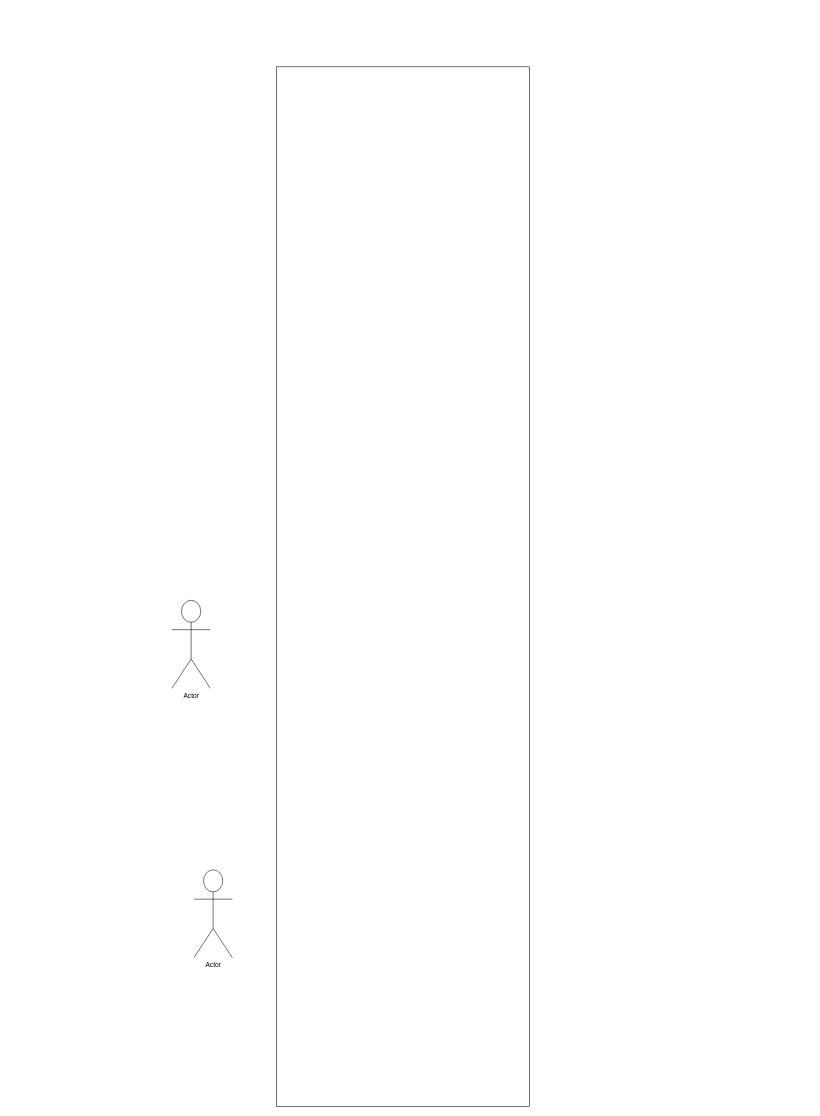
Above: Untitled Diagram.drawio in princekalsariya/test (draw.io), before the change. Source tidied: cells renumbered, new cells numbered last; positions are measured from the earlier drawing's top-left corner, leaving out a move shared by most shapes. Both pictures are drawn from the tidied source at 55%, with x=0, y=0 at pixel (172, 67).
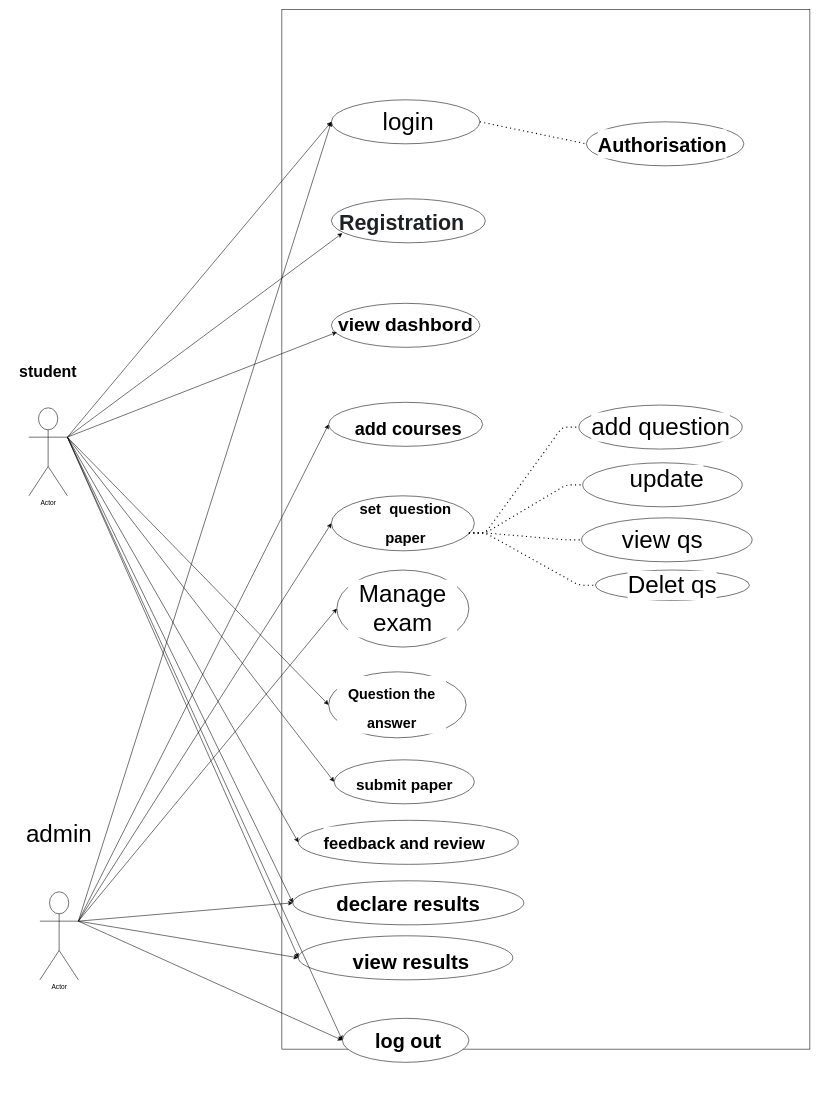
Above is the later version.

What changed in the source:
```diff
@@
     <mxCell id="2" style="rounded=0;whiteSpace=wrap;html=1;" parent="1" vertex="1">
-      <mxGeometry x="190" width="460" height="1890" as="geometry" />
+      <mxGeometry x="200" y="-104" width="960" height="1890" as="geometry" />
     </mxCell>
     <mxCell id="3" value="Actor" style="shape=umlActor;verticalLabelPosition=bottom;verticalAlign=top;html=1;outlineConnect=0;" parent="1" vertex="1">
-      <mxGeometry y="970" width="70" height="160" as="geometry" />
+      <mxGeometry x="-260" y="620" width="70" height="160" as="geometry" />
     </mxCell>
     <mxCell id="4" value="Actor" style="shape=umlActor;verticalLabelPosition=bottom;verticalAlign=top;html=1;outlineConnect=0;" parent="1" vertex="1">
-      <mxGeometry x="40" y="1460" width="70" height="160" as="geometry" />
+      <mxGeometry x="-240" y="1500" width="70" height="160" as="geometry" />
     </mxCell>
+    <mxCell id="5" value="student" style="text;html=1;strokeColor=none;fillColor=none;align=center;verticalAlign=middle;whiteSpace=wrap;rounded=0;fontSize=29;fontStyle=1;" parent="1" vertex="1">
+      <mxGeometry x="-285" y="510" width="120" height="90" as="geometry" />
+    </mxCell>
+    <mxCell id="6" value="admin" style="text;html=1;strokeColor=none;fillColor=none;align=center;verticalAlign=middle;whiteSpace=wrap;rounded=0;fontSize=44;" parent="1" vertex="1">
+      <mxGeometry x="-295" y="1350" width="180" height="90" as="geometry" />
+    </mxCell>
+    <mxCell id="7" style="ellipse;whiteSpace=wrap;html=1;fontSize=44;" parent="1" vertex="1">
+      <mxGeometry x="290" y="60" width="270" height="80" as="geometry" />
+    </mxCell>
+    <mxCell id="8" value="login" style="text;html=1;strokeColor=none;fillColor=none;align=center;verticalAlign=middle;whiteSpace=wrap;rounded=0;fontSize=44;" parent="1" vertex="1">
+      <mxGeometry x="350" y="90" width="160" height="20" as="geometry" />
+    </mxCell>
+    <mxCell id="9" style="ellipse;whiteSpace=wrap;html=1;fontSize=44;" parent="1" vertex="1">
+      <mxGeometry x="290" y="240" width="280" height="80" as="geometry" />
+    </mxCell>
+    <mxCell id="10" value="&lt;pre class=&quot;tw-data-text tw-text-large XcVN5d tw-ta&quot; id=&quot;tw-target-text&quot; dir=&quot;ltr&quot; style=&quot;font-family: inherit ; font-size: 28px ; line-height: 36px ; border: none ; padding: 2px 0.14em 2px 0px ; position: relative ; margin-top: -2px ; margin-bottom: -2px ; resize: none ; overflow: hidden ; width: 270px ; overflow-wrap: break-word ; color: rgb(32 , 33 , 36)&quot;&gt;&lt;span class=&quot;Y2IQFc&quot; lang=&quot;en&quot; style=&quot;font-size: 39px&quot;&gt;&lt;b&gt;Registration&lt;/b&gt;&lt;/span&gt;&lt;/pre&gt;" style="text;html=1;strokeColor=none;fillColor=none;align=center;verticalAlign=middle;whiteSpace=wrap;rounded=0;fontSize=44;" parent="1" vertex="1">
+      <mxGeometry x="310" y="250" width="220" height="70" as="geometry" />
+    </mxCell>
+    <mxCell id="11" style="ellipse;whiteSpace=wrap;html=1;fontSize=44;" parent="1" vertex="1">
+      <mxGeometry x="290" y="430" width="270" height="80" as="geometry" />
+    </mxCell>
+    <mxCell id="12" value="&lt;b&gt;&lt;font style=&quot;font-size: 35px&quot;&gt;view dashbord&lt;/font&gt;&lt;/b&gt;" style="text;html=1;strokeColor=none;fillColor=none;align=center;verticalAlign=middle;whiteSpace=wrap;rounded=0;fontSize=44;" parent="1" vertex="1">
+      <mxGeometry x="300" y="430" width="250" height="70" as="geometry" />
+    </mxCell>
+    <mxCell id="13" style="ellipse;whiteSpace=wrap;html=1;fontSize=44;" parent="1" vertex="1">
+      <mxGeometry x="285" y="610" width="280" height="80" as="geometry" />
+    </mxCell>
+    <mxCell id="14" value="&lt;b&gt;&lt;font style=&quot;font-size: 33px&quot;&gt;add courses&lt;/font&gt;&lt;/b&gt;" style="text;html=1;strokeColor=none;fillColor=none;align=center;verticalAlign=middle;whiteSpace=wrap;rounded=0;fontSize=44;" parent="1" vertex="1">
+      <mxGeometry x="330" y="620" width="200" height="70" as="geometry" />
+    </mxCell>
+    <mxCell id="15" style="ellipse;whiteSpace=wrap;html=1;fontSize=44;" parent="1" vertex="1">
+      <mxGeometry x="290" y="780" width="260" height="100" as="geometry" />
+    </mxCell>
+    <mxCell id="16" value="&lt;font style=&quot;font-size: 27px&quot;&gt;&lt;b&gt;set&amp;nbsp; question paper&lt;/b&gt;&lt;/font&gt;" style="text;html=1;strokeColor=none;fillColor=none;align=center;verticalAlign=middle;whiteSpace=wrap;rounded=0;fontSize=44;" parent="1" vertex="1">
+      <mxGeometry x="310" y="780" width="230" height="90" as="geometry" />
+    </mxCell>
+    <mxCell id="17" style="ellipse;whiteSpace=wrap;html=1;labelBackgroundColor=#ffffff;fontSize=44;" parent="1" vertex="1">
+      <mxGeometry x="300" y="915" width="240" height="140" as="geometry" />
+    </mxCell>
+    <mxCell id="18" value="Manage exam" style="text;html=1;strokeColor=none;fillColor=none;align=center;verticalAlign=middle;whiteSpace=wrap;rounded=0;labelBackgroundColor=#ffffff;fontSize=44;" parent="1" vertex="1">
+      <mxGeometry x="320" y="950" width="200" height="70" as="geometry" />
+    </mxCell>
+    <mxCell id="19" style="ellipse;whiteSpace=wrap;html=1;labelBackgroundColor=#ffffff;fontSize=44;" parent="1" vertex="1">
+      <mxGeometry x="285" y="1100" width="250" height="120" as="geometry" />
+    </mxCell>
+    <mxCell id="20" value="&lt;font size=&quot;1&quot;&gt;&lt;b style=&quot;font-size: 26px&quot;&gt;Question the answer&lt;/b&gt;&lt;/font&gt;" style="text;html=1;strokeColor=none;fillColor=none;align=center;verticalAlign=middle;whiteSpace=wrap;rounded=0;labelBackgroundColor=#ffffff;fontSize=44;" parent="1" vertex="1">
+      <mxGeometry x="300" y="1120" width="200" height="80" as="geometry" />
+    </mxCell>
+    <mxCell id="21" style="ellipse;whiteSpace=wrap;html=1;labelBackgroundColor=#ffffff;fontSize=44;" parent="1" vertex="1">
+      <mxGeometry x="295" y="1260" width="255" height="80" as="geometry" />
+    </mxCell>
+    <mxCell id="22" value="&lt;font size=&quot;1&quot;&gt;&lt;b style=&quot;font-size: 28px&quot;&gt;submit paper&lt;/b&gt;&lt;/font&gt;" style="text;html=1;strokeColor=none;fillColor=none;align=center;verticalAlign=middle;whiteSpace=wrap;rounded=0;labelBackgroundColor=#ffffff;fontSize=44;" parent="1" vertex="1">
+      <mxGeometry x="327.5" y="1265" width="190" height="70" as="geometry" />
+    </mxCell>
+    <mxCell id="23" style="ellipse;whiteSpace=wrap;html=1;labelBackgroundColor=#ffffff;fontSize=44;" parent="1" vertex="1">
+      <mxGeometry x="230" y="1370" width="400" height="80" as="geometry" />
+    </mxCell>
+    <mxCell id="24" value="&lt;font size=&quot;1&quot;&gt;&lt;b style=&quot;font-size: 30px&quot;&gt;feedback and review&lt;/b&gt;&lt;/font&gt;" style="text;html=1;strokeColor=none;fillColor=none;align=center;verticalAlign=middle;whiteSpace=wrap;rounded=0;labelBackgroundColor=#ffffff;fontSize=44;" parent="1" vertex="1">
+      <mxGeometry x="272.5" y="1365" width="300" height="85" as="geometry" />
+    </mxCell>
+    <mxCell id="25" style="ellipse;whiteSpace=wrap;html=1;labelBackgroundColor=#ffffff;fontSize=44;" parent="1" vertex="1">
+      <mxGeometry x="220" y="1480" width="420" height="80" as="geometry" />
+    </mxCell>
+    <mxCell id="26" value="&lt;b&gt;&lt;font style=&quot;font-size: 37px&quot;&gt;declare results&lt;/font&gt;&lt;/b&gt;" style="text;html=1;strokeColor=none;fillColor=none;align=center;verticalAlign=middle;whiteSpace=wrap;rounded=0;labelBackgroundColor=#ffffff;fontSize=44;" parent="1" vertex="1">
+      <mxGeometry x="240" y="1480" width="380" height="80" as="geometry" />
+    </mxCell>
+    <mxCell id="27" style="ellipse;whiteSpace=wrap;html=1;labelBackgroundColor=#ffffff;fontSize=44;" parent="1" vertex="1">
+      <mxGeometry x="230" y="1580" width="390" height="80" as="geometry" />
+    </mxCell>
+    <mxCell id="28" value="&lt;font size=&quot;1&quot;&gt;&lt;b style=&quot;font-size: 37px&quot;&gt;view results&lt;/b&gt;&lt;/font&gt;" style="text;html=1;strokeColor=none;fillColor=none;align=center;verticalAlign=middle;whiteSpace=wrap;rounded=0;labelBackgroundColor=#ffffff;fontSize=44;" parent="1" vertex="1">
+      <mxGeometry x="280" y="1600" width="310" height="50" as="geometry" />
+    </mxCell>
+    <mxCell id="29" style="ellipse;whiteSpace=wrap;html=1;labelBackgroundColor=#ffffff;fontSize=44;" parent="1" vertex="1">
+      <mxGeometry x="310" y="1730" width="230" height="80" as="geometry" />
+    </mxCell>
+    <mxCell id="30" value="&lt;b&gt;&lt;font style=&quot;font-size: 36px&quot;&gt;log out&lt;/font&gt;&lt;/b&gt;" style="text;html=1;strokeColor=none;fillColor=none;align=center;verticalAlign=middle;whiteSpace=wrap;rounded=0;labelBackgroundColor=#ffffff;fontSize=44;" parent="1" vertex="1">
+      <mxGeometry x="335" y="1735" width="190" height="70" as="geometry" />
+    </mxCell>
+    <mxCell id="31" style="endArrow=classic;html=1;fontSize=44;exitX=1;exitY=0.3333333333333333;exitDx=0;exitDy=0;exitPerimeter=0;entryX=0;entryY=0.5;entryDx=0;entryDy=0;" parent="1" edge="1" source="4" target="25">
+      <mxGeometry relative="1" as="geometry" />
+    </mxCell>
+    <mxCell id="32" style="endArrow=classic;html=1;fontSize=44;exitX=1;exitY=0.3333333333333333;exitDx=0;exitDy=0;exitPerimeter=0;entryX=0;entryY=0.5;entryDx=0;entryDy=0;" parent="1" edge="1" source="4" target="27">
+      <mxGeometry relative="1" as="geometry" />
+    </mxCell>
+    <mxCell id="33" style="endArrow=classic;html=1;fontSize=44;exitX=1;exitY=0.3333333333333333;exitDx=0;exitDy=0;exitPerimeter=0;entryX=0;entryY=0.5;entryDx=0;entryDy=0;" parent="1" edge="1" source="4" target="29">
+      <mxGeometry relative="1" as="geometry" />
+    </mxCell>
+    <mxCell id="34" style="endArrow=classic;html=1;fontSize=44;exitX=1;exitY=0.3333333333333333;exitDx=0;exitDy=0;exitPerimeter=0;entryX=0;entryY=0.5;entryDx=0;entryDy=0;" parent="1" edge="1" source="3" target="7">
+      <mxGeometry relative="1" as="geometry" />
+    </mxCell>
+    <mxCell id="35" style="endArrow=classic;html=1;fontSize=44;entryX=0;entryY=0.75;entryDx=0;entryDy=0;exitX=1;exitY=0.3333333333333333;exitDx=0;exitDy=0;exitPerimeter=0;" parent="1" edge="1" source="3" target="10">
+      <mxGeometry relative="1" as="geometry" />
+    </mxCell>
+    <mxCell id="36" style="endArrow=classic;html=1;fontSize=44;exitX=1;exitY=0.3333333333333333;exitDx=0;exitDy=0;exitPerimeter=0;entryX=0;entryY=0.75;entryDx=0;entryDy=0;" parent="1" edge="1" source="3" target="12">
+      <mxGeometry relative="1" as="geometry" />
+    </mxCell>
+    <mxCell id="37" style="endArrow=classic;html=1;fontSize=44;entryX=0;entryY=0.5;entryDx=0;entryDy=0;exitX=1;exitY=0.3333333333333333;exitDx=0;exitDy=0;exitPerimeter=0;" parent="1" edge="1" source="3" target="19">
+      <mxGeometry relative="1" as="geometry" />
+    </mxCell>
+    <mxCell id="38" style="endArrow=classic;html=1;fontSize=44;exitX=1;exitY=0.3333333333333333;exitDx=0;exitDy=0;exitPerimeter=0;entryX=0;entryY=0.5;entryDx=0;entryDy=0;" parent="1" edge="1" source="3" target="21">
+      <mxGeometry relative="1" as="geometry" />
+    </mxCell>
+    <mxCell id="39" style="endArrow=classic;html=1;fontSize=44;exitX=1;exitY=0.3333333333333333;exitDx=0;exitDy=0;exitPerimeter=0;entryX=0;entryY=0.5;entryDx=0;entryDy=0;" parent="1" edge="1" source="3" target="23">
+      <mxGeometry relative="1" as="geometry" />
+    </mxCell>
+    <mxCell id="40" style="endArrow=classic;html=1;fontSize=44;entryX=0;entryY=0.5;entryDx=0;entryDy=0;exitX=1;exitY=0.3333333333333333;exitDx=0;exitDy=0;exitPerimeter=0;" parent="1" edge="1" source="3" target="25">
+      <mxGeometry relative="1" as="geometry" />
+    </mxCell>
+    <mxCell id="41" style="endArrow=classic;html=1;fontSize=44;exitX=1;exitY=0.3333333333333333;exitDx=0;exitDy=0;exitPerimeter=0;entryX=0;entryY=0.5;entryDx=0;entryDy=0;" parent="1" edge="1" source="3" target="27">
+      <mxGeometry relative="1" as="geometry" />
+    </mxCell>
+    <mxCell id="42" style="endArrow=classic;html=1;fontSize=44;exitX=1;exitY=0.3333333333333333;exitDx=0;exitDy=0;exitPerimeter=0;entryX=0;entryY=0.5;entryDx=0;entryDy=0;" parent="1" edge="1" source="3" target="29">
+      <mxGeometry relative="1" as="geometry" />
+    </mxCell>
+    <mxCell id="43" style="endArrow=classic;html=1;fontSize=44;exitX=1;exitY=0.3333333333333333;exitDx=0;exitDy=0;exitPerimeter=0;entryX=0;entryY=0.5;entryDx=0;entryDy=0;" parent="1" edge="1" source="4" target="17">
+      <mxGeometry relative="1" as="geometry" />
+    </mxCell>
+    <mxCell id="44" style="endArrow=classic;html=1;fontSize=44;exitX=1;exitY=0.3333333333333333;exitDx=0;exitDy=0;exitPerimeter=0;entryX=0;entryY=0.5;entryDx=0;entryDy=0;" parent="1" edge="1" source="4" target="15">
+      <mxGeometry relative="1" as="geometry" />
+    </mxCell>
+    <mxCell id="45" style="endArrow=classic;html=1;fontSize=44;exitX=1;exitY=0.3333333333333333;exitDx=0;exitDy=0;exitPerimeter=0;entryX=0;entryY=0.5;entryDx=0;entryDy=0;" parent="1" edge="1" source="4" target="13">
+      <mxGeometry relative="1" as="geometry" />
+    </mxCell>
+    <mxCell id="46" style="endArrow=classic;html=1;fontSize=44;exitX=1;exitY=0.3333333333333333;exitDx=0;exitDy=0;exitPerimeter=0;entryX=0;entryY=0.5;entryDx=0;entryDy=0;" parent="1" edge="1" source="4" target="7">
+      <mxGeometry relative="1" as="geometry" />
+    </mxCell>
+    <mxCell id="47" style="ellipse;whiteSpace=wrap;html=1;labelBackgroundColor=#ffffff;fontSize=44;" parent="1" vertex="1">
+      <mxGeometry x="740" y="615" width="297" height="80" as="geometry" />
+    </mxCell>
+    <mxCell id="48" value="add question" style="text;html=1;strokeColor=none;fillColor=none;align=center;verticalAlign=middle;whiteSpace=wrap;rounded=0;labelBackgroundColor=#ffffff;fontSize=44;" parent="1" vertex="1">
+      <mxGeometry x="753.5" y="630" width="270" height="50" as="geometry" />
+    </mxCell>
+    <mxCell id="49" style="ellipse;whiteSpace=wrap;html=1;labelBackgroundColor=#ffffff;fontSize=44;" parent="1" vertex="1">
+      <mxGeometry x="747" y="720" width="290" height="80" as="geometry" />
+    </mxCell>
+    <mxCell id="50" value="update" style="text;html=1;strokeColor=none;fillColor=none;align=center;verticalAlign=middle;whiteSpace=wrap;rounded=0;labelBackgroundColor=#ffffff;fontSize=44;" parent="1" vertex="1">
+      <mxGeometry x="780" y="710" width="240" height="80" as="geometry" />
+    </mxCell>
+    <mxCell id="51" style="ellipse;whiteSpace=wrap;html=1;labelBackgroundColor=#ffffff;fontSize=44;" parent="1" vertex="1">
+      <mxGeometry x="745" y="820" width="310" height="80" as="geometry" />
+    </mxCell>
+    <mxCell id="52" value="view qs" style="text;html=1;strokeColor=none;fillColor=none;align=center;verticalAlign=middle;whiteSpace=wrap;rounded=0;labelBackgroundColor=#ffffff;fontSize=44;" parent="1" vertex="1">
+      <mxGeometry x="767" y="840" width="250" height="40" as="geometry" />
+    </mxCell>
+    <mxCell id="53" style="ellipse;whiteSpace=wrap;html=1;labelBackgroundColor=#ffffff;fontSize=44;" parent="1" vertex="1">
+      <mxGeometry x="770" y="915" width="280" height="55" as="geometry" />
+    </mxCell>
+    <mxCell id="54" value="Delet qs" style="text;html=1;strokeColor=none;fillColor=none;align=center;verticalAlign=middle;whiteSpace=wrap;rounded=0;labelBackgroundColor=#ffffff;fontSize=44;" parent="1" vertex="1">
+      <mxGeometry x="795" y="921" width="230" height="43" as="geometry" />
+    </mxCell>
+    <mxCell id="55" style="endArrow=none;dashed=1;html=1;dashPattern=1 3;strokeWidth=2;fontSize=44;exitX=1;exitY=0.5;exitDx=0;exitDy=0;entryX=0;entryY=0.5;entryDx=0;entryDy=0;" parent="1" edge="1" source="7" target="56">
+      <mxGeometry relative="1" as="geometry" />
+    </mxCell>
+    <mxCell id="56" style="ellipse;whiteSpace=wrap;html=1;labelBackgroundColor=#ffffff;fontSize=44;" parent="1" vertex="1">
+      <mxGeometry x="753.5" y="100" width="286.5" height="80" as="geometry" />
+    </mxCell>
+    <mxCell id="57" value="&lt;font style=&quot;font-size: 36px&quot;&gt;&lt;b&gt;Authorisation&lt;/b&gt;&lt;/font&gt;" style="text;html=1;strokeColor=none;fillColor=none;align=center;verticalAlign=middle;whiteSpace=wrap;rounded=0;labelBackgroundColor=#ffffff;fontSize=44;" parent="1" vertex="1">
+      <mxGeometry x="812" y="90" width="160" height="100" as="geometry" />
+    </mxCell>
+    <mxCell id="58" style="endArrow=none;dashed=1;html=1;dashPattern=1 3;strokeWidth=2;fontSize=44;exitX=1;exitY=0.75;exitDx=0;exitDy=0;entryX=0;entryY=0.5;entryDx=0;entryDy=0;edgeStyle=entityRelationEdgeStyle;" parent="1" edge="1" source="16" target="47">
+      <mxGeometry relative="1" as="geometry" />
+    </mxCell>
+    <mxCell id="59" style="endArrow=none;dashed=1;html=1;dashPattern=1 3;strokeWidth=2;fontSize=44;exitX=1;exitY=0.75;exitDx=0;exitDy=0;entryX=0;entryY=0.5;entryDx=0;entryDy=0;edgeStyle=entityRelationEdgeStyle;" parent="1" edge="1" source="16" target="49">
+      <mxGeometry relative="1" as="geometry" />
+    </mxCell>
+    <mxCell id="60" style="endArrow=none;dashed=1;html=1;dashPattern=1 3;strokeWidth=2;fontSize=44;exitX=1;exitY=0.75;exitDx=0;exitDy=0;entryX=0;entryY=0.5;entryDx=0;entryDy=0;edgeStyle=entityRelationEdgeStyle;" parent="1" edge="1" source="16" target="51">
+      <mxGeometry relative="1" as="geometry" />
+    </mxCell>
+    <mxCell id="61" style="endArrow=none;dashed=1;html=1;dashPattern=1 3;strokeWidth=2;fontSize=44;exitX=1;exitY=0.75;exitDx=0;exitDy=0;entryX=0;entryY=0.5;entryDx=0;entryDy=0;edgeStyle=entityRelationEdgeStyle;" parent="1" edge="1" source="16" target="53">
+      <mxGeometry relative="1" as="geometry" />
+    </mxCell>
```
